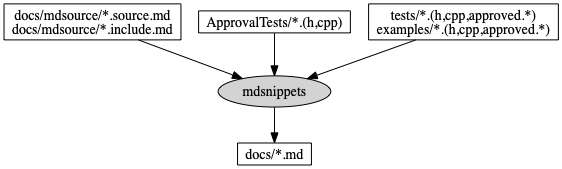
approvals/ApprovalTests.cpp keeps this Graphviz diagram as doc/images/mdsnippets_flow.png. Above is the earlier version. Its source is kept beside it as doc/images/source/mdsnippets_flow.dot.
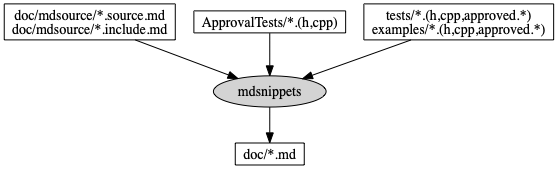
The same diagram one commit later.

Diff of the diagram source:
```diff
@@ -5,7 +5,7 @@
 
     "mdsnippets" [shape = oval, fillcolor = lightgray, style = filled]
 
-    "docs_mdsource_md" [label = "docs/mdsource/*.source.md\ndocs/mdsource/*.include.md"]
+    "docs_mdsource_md" [label = "doc/mdsource/*.source.md\ndoc/mdsource/*.include.md"]
     "docs_mdsource_md" -> "mdsnippets"
 
     "ApprovalTests" [label = "ApprovalTests/*.(h,cpp)"]
@@ -14,6 +14,6 @@
     "tests_source" [label = "tests/*.(h,cpp,approved.*)\nexamples/*.(h,cpp,approved.*)"]
     "tests_source" -> "mdsnippets"
 
-    "docs_md" [label = "docs/*.md"]
+    "docs_md" [label = "doc/*.md"]
     "mdsnippets" -> "docs_md"
 }
```
